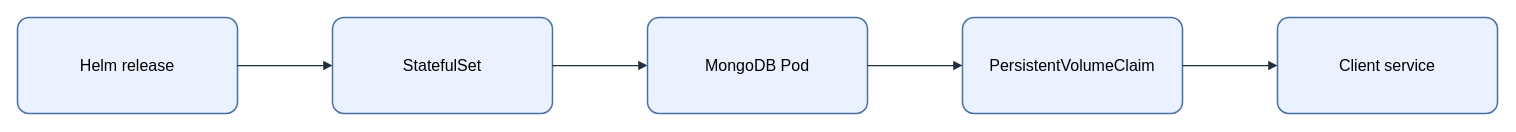
Before: assets/img/kubernetes/mongodb-kubernetes-deployment.drawio in KKamJi98/kkamji98.github.io, a draw.io diagram. Source tidied: cells renumbered, new cells numbered last; positions are measured from the earlier drawing's top-left corner, leaving out a move shared by most shapes. Both pictures are drawn from the tidied source at 100%, with x=0, y=0 at pixel (17, 17).
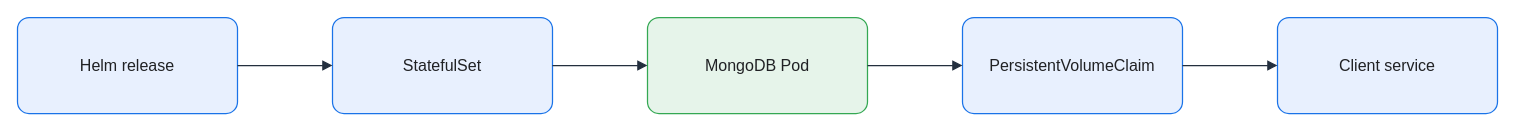
The same page after the edit.

What changed in the source:
```diff
@@
 <mxGraphModel background="#FFFFFF">
   <root>
     <mxCell id="0" />
     <mxCell id="1" parent="0" />
-    <mxCell id="2" value="Helm release" style="rounded=1;arcSize=12;whiteSpace=wrap;html=0;fillColor=#EAF2FF;strokeColor=#4A6FA5;strokeWidth=1.5;fontColor=#000000;fontSize=16;align=center;verticalAlign=middle;spacing=8;shadow=0;" parent="1" vertex="1">
+    <mxCell id="2" value="Helm release" style="rounded=1;arcSize=12;whiteSpace=wrap;html=0;fillColor=#E8F0FE;strokeColor=#1A73E8;strokeWidth=1.25;fontColor=#202124;fontSize=16;align=center;verticalAlign=middle;spacing=8;shadow=0;" parent="1" vertex="1">
       <mxGeometry width="220" height="96" as="geometry" />
     </mxCell>
-    <mxCell id="3" value="StatefulSet" style="rounded=1;arcSize=12;whiteSpace=wrap;html=0;fillColor=#EAF2FF;strokeColor=#4A6FA5;strokeWidth=1.5;fontColor=#000000;fontSize=16;align=center;verticalAlign=middle;spacing=8;shadow=0;" parent="1" vertex="1">
+    <mxCell id="3" value="StatefulSet" style="rounded=1;arcSize=12;whiteSpace=wrap;html=0;fillColor=#E8F0FE;strokeColor=#1A73E8;strokeWidth=1.25;fontColor=#202124;fontSize=16;align=center;verticalAlign=middle;spacing=8;shadow=0;" parent="1" vertex="1">
       <mxGeometry x="315" width="220" height="96" as="geometry" />
     </mxCell>
-    <mxCell id="4" value="MongoDB Pod" style="rounded=1;arcSize=12;whiteSpace=wrap;html=0;fillColor=#EAF2FF;strokeColor=#4A6FA5;strokeWidth=1.5;fontColor=#000000;fontSize=16;align=center;verticalAlign=middle;spacing=8;shadow=0;" parent="1" vertex="1">
+    <mxCell id="4" value="MongoDB Pod" style="rounded=1;arcSize=12;whiteSpace=wrap;html=0;fillColor=#E6F4EA;strokeColor=#34A853;strokeWidth=1.25;fontColor=#202124;fontSize=16;align=center;verticalAlign=middle;spacing=8;shadow=0;" parent="1" vertex="1">
       <mxGeometry x="630" width="220" height="96" as="geometry" />
     </mxCell>
-    <mxCell id="5" value="PersistentVolumeClaim" style="rounded=1;arcSize=12;whiteSpace=wrap;html=0;fillColor=#EAF2FF;strokeColor=#4A6FA5;strokeWidth=1.5;fontColor=#000000;fontSize=16;align=center;verticalAlign=middle;spacing=8;shadow=0;" parent="1" vertex="1">
+    <mxCell id="5" value="PersistentVolumeClaim" style="rounded=1;arcSize=12;whiteSpace=wrap;html=0;fillColor=#E8F0FE;strokeColor=#1A73E8;strokeWidth=1.25;fontColor=#202124;fontSize=16;align=center;verticalAlign=middle;spacing=8;shadow=0;" parent="1" vertex="1">
       <mxGeometry x="945" width="220" height="96" as="geometry" />
     </mxCell>
-    <mxCell id="6" value="Client service" style="rounded=1;arcSize=12;whiteSpace=wrap;html=0;fillColor=#EAF2FF;strokeColor=#4A6FA5;strokeWidth=1.5;fontColor=#000000;fontSize=16;align=center;verticalAlign=middle;spacing=8;shadow=0;" parent="1" vertex="1">
+    <mxCell id="6" value="Client service" style="rounded=1;arcSize=12;whiteSpace=wrap;html=0;fillColor=#E8F0FE;strokeColor=#1A73E8;strokeWidth=1.25;fontColor=#202124;fontSize=16;align=center;verticalAlign=middle;spacing=8;shadow=0;" parent="1" vertex="1">
       <mxGeometry x="1260" width="220" height="96" as="geometry" />
     </mxCell>
-    <mxCell id="7" style="edgeStyle=orthogonalEdgeStyle;rounded=0;jettySize=auto;html=0;endArrow=block;endFill=1;strokeColor=#232F3E;strokeWidth=1.25;fontColor=#000000;labelBackgroundColor=none;exitX=1;exitY=0.5;exitDx=0;exitDy=0;entryX=0;entryY=0.5;entryDx=0;entryDy=0;" parent="1" edge="1" source="2" target="3">
+    <mxCell id="7" style="edgeStyle=orthogonalEdgeStyle;rounded=0;jettySize=auto;html=0;endArrow=block;endFill=1;strokeColor=#232F3E;strokeWidth=1.25;fontColor=#202124;labelBackgroundColor=none;exitX=1;exitY=0.5;exitDx=0;exitDy=0;entryX=0;entryY=0.5;entryDx=0;entryDy=0;endSize=7;" parent="1" edge="1" source="2" target="3">
       <mxGeometry relative="1" as="geometry" />
     </mxCell>
-    <mxCell id="8" style="edgeStyle=orthogonalEdgeStyle;rounded=0;jettySize=auto;html=0;endArrow=block;endFill=1;strokeColor=#232F3E;strokeWidth=1.25;fontColor=#000000;labelBackgroundColor=none;exitX=1;exitY=0.5;exitDx=0;exitDy=0;entryX=0;entryY=0.5;entryDx=0;entryDy=0;" parent="1" edge="1" source="3" target="4">
+    <mxCell id="8" style="edgeStyle=orthogonalEdgeStyle;rounded=0;jettySize=auto;html=0;endArrow=block;endFill=1;strokeColor=#232F3E;strokeWidth=1.25;fontColor=#202124;labelBackgroundColor=none;exitX=1;exitY=0.5;exitDx=0;exitDy=0;entryX=0;entryY=0.5;entryDx=0;entryDy=0;endSize=7;" parent="1" edge="1" source="3" target="4">
       <mxGeometry relative="1" as="geometry" />
     </mxCell>
-    <mxCell id="9" style="edgeStyle=orthogonalEdgeStyle;rounded=0;jettySize=auto;html=0;endArrow=block;endFill=1;strokeColor=#232F3E;strokeWidth=1.25;fontColor=#000000;labelBackgroundColor=none;exitX=1;exitY=0.5;exitDx=0;exitDy=0;entryX=0;entryY=0.5;entryDx=0;entryDy=0;" parent="1" edge="1" source="4" target="5">
+    <mxCell id="9" style="edgeStyle=orthogonalEdgeStyle;rounded=0;jettySize=auto;html=0;endArrow=block;endFill=1;strokeColor=#232F3E;strokeWidth=1.25;fontColor=#202124;labelBackgroundColor=none;exitX=1;exitY=0.5;exitDx=0;exitDy=0;entryX=0;entryY=0.5;entryDx=0;entryDy=0;endSize=7;" parent="1" edge="1" source="4" target="5">
       <mxGeometry relative="1" as="geometry" />
     </mxCell>
-    <mxCell id="10" style="edgeStyle=orthogonalEdgeStyle;rounded=0;jettySize=auto;html=0;endArrow=block;endFill=1;strokeColor=#232F3E;strokeWidth=1.25;fontColor=#000000;labelBackgroundColor=none;exitX=1;exitY=0.5;exitDx=0;exitDy=0;entryX=0;entryY=0.5;entryDx=0;entryDy=0;" parent="1" edge="1" source="5" target="6">
+    <mxCell id="10" style="edgeStyle=orthogonalEdgeStyle;rounded=0;jettySize=auto;html=0;endArrow=block;endFill=1;strokeColor=#232F3E;strokeWidth=1.25;fontColor=#202124;labelBackgroundColor=none;exitX=1;exitY=0.5;exitDx=0;exitDy=0;entryX=0;entryY=0.5;entryDx=0;entryDy=0;endSize=7;" parent="1" edge="1" source="5" target="6">
       <mxGeometry relative="1" as="geometry" />
     </mxCell>
   </root>
 </mxGraphModel>
```
